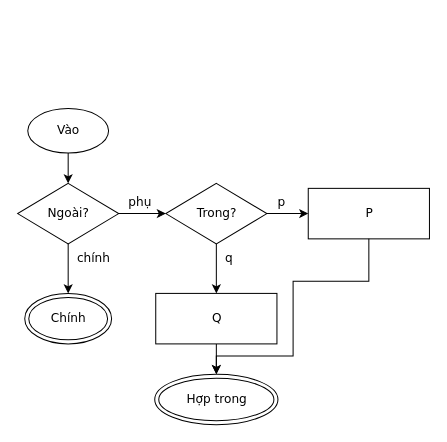
luytbq/flowcast keeps this draw.io diagram as conformance/golden/flowchart/16-place-merge-nested.drawio. Above is the earlier version. Source tidied: cells renumbered, new cells numbered last; positions are measured from the earlier drawing's top-left corner, leaving out a move shared by most shapes. Both pictures are drawn from the tidied source at 101%, with x=0, y=0 at pixel (17, 108).
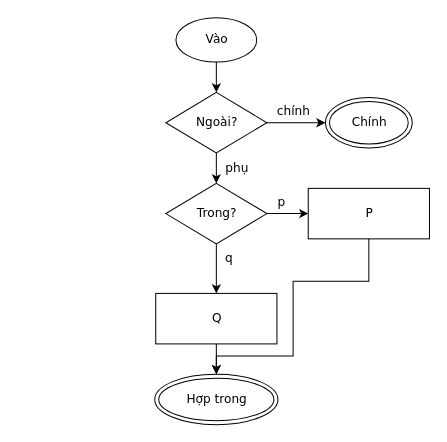
The same diagram, later.

The change refers to these unchanged cells:
```xml
<mxCell id="4" value="Trong?" style="rhombus;html=1;fontFamily=Verdana;fontSize=12;flowtable=1;" parent="1" vertex="1">
  <mxGeometry x="146.7" y="74" width="100" height="60" as="geometry" />
</mxCell>
```

Diff of the diagram source:
```diff
@@
     <mxCell id="2" value="Vào" style="ellipse;html=1;fontFamily=Verdana;fontSize=12;flowtable=1;" parent="1" vertex="1">
-      <mxGeometry x="10" width="80" height="44" as="geometry" />
+      <mxGeometry x="156.7" y="-90" width="80" height="44" as="geometry" />
     </mxCell>
     <mxCell id="3" value="Ngoài?" style="rhombus;html=1;fontFamily=Verdana;fontSize=12;flowtable=1;" parent="1" vertex="1">
-      <mxGeometry y="74" width="100" height="60" as="geometry" />
+      <mxGeometry x="146.7" y="-16" width="100" height="60" as="geometry" />
     </mxCell>
@@
     <mxCell id="8" value="Chính" style="shape=doubleEllipse;html=1;fontFamily=Verdana;fontSize=12;flowtable=1;" parent="1" vertex="1">
-      <mxGeometry x="7" y="183" width="86" height="50" as="geometry" />
+      <mxGeometry x="304.7" y="-11" width="86" height="50" as="geometry" />
     </mxCell>
@@
-    <mxCell id="10" value="phụ" style="edgeStyle=orthogonalEdgeStyle;rounded=0;jettySize=auto;html=1;labelBackgroundColor=default;exitX=1;exitY=0.5;exitDx=0;exitDy=0;entryX=0;entryY=0.5;entryDx=0;entryDy=0;fontFamily=Verdana;fontSize=12;flowtable=1;" parent="1" edge="1" source="3" target="4">
-      <mxGeometry x="-0.09" relative="1" as="geometry">
-        <mxPoint y="-11.5" as="offset" />
+    <mxCell id="10" value="phụ" style="edgeStyle=orthogonalEdgeStyle;rounded=0;jettySize=auto;html=1;labelBackgroundColor=default;exitX=0.5;exitY=1;exitDx=0;exitDy=0;entryX=0.5;entryY=0;entryDx=0;entryDy=0;fontFamily=Verdana;fontSize=12;flowtable=1;" parent="1" edge="1" source="3" target="4">
+      <mxGeometry x="-0.03" relative="1" as="geometry">
+        <mxPoint x="20.3" as="offset" />
       </mxGeometry>
     </mxCell>
-    <mxCell id="11" value="chính" style="edgeStyle=orthogonalEdgeStyle;rounded=0;jettySize=auto;html=1;labelBackgroundColor=default;exitX=0.5;exitY=1;exitDx=0;exitDy=0;entryX=0.5;entryY=0;entryDx=0;entryDy=0;fontFamily=Verdana;fontSize=12;flowtable=1;" parent="1" edge="1" source="3" target="8">
-      <mxGeometry x="-0.41" relative="1" as="geometry">
-        <mxPoint x="25.2" as="offset" />
+    <mxCell id="11" value="chính" style="edgeStyle=orthogonalEdgeStyle;rounded=0;jettySize=auto;html=1;labelBackgroundColor=default;exitX=1;exitY=0.5;exitDx=0;exitDy=0;entryX=0;entryY=0.5;entryDx=0;entryDy=0;fontFamily=Verdana;fontSize=12;flowtable=1;" parent="1" edge="1" source="3" target="8">
+      <mxGeometry x="-0.1" relative="1" as="geometry">
+        <mxPoint y="-11.5" as="offset" />
       </mxGeometry>
     </mxCell>
```
